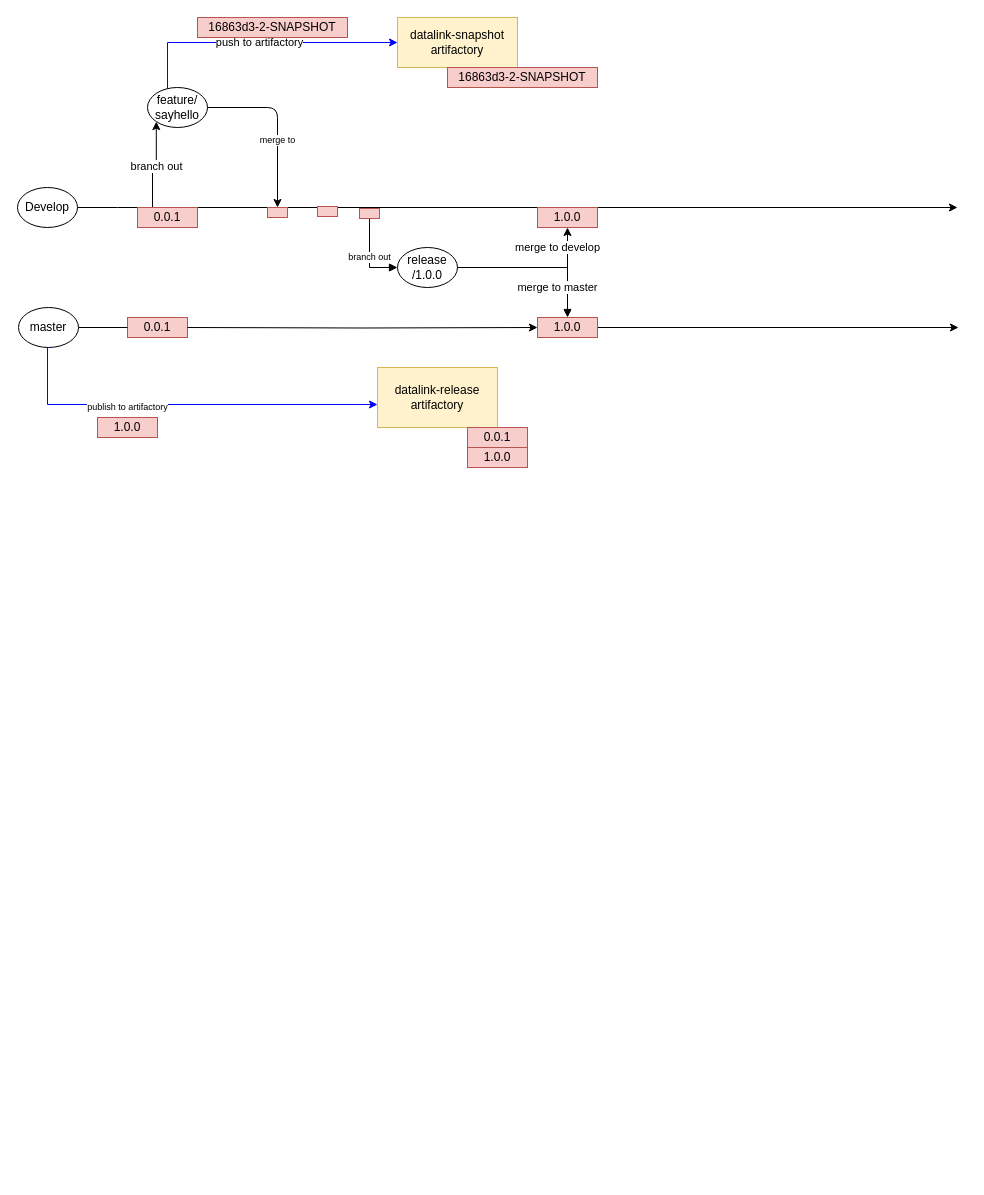
The draw.io diagram SaaS-Test-Bdd-Datalink-Release.drawio in cjjian/Diagram, before the edit. Source tidied: cells renumbered, new cells numbered last; positions are measured from the earlier drawing's top-left corner, leaving out a move shared by most shapes. Both pictures are drawn from the tidied source at 100%, with x=0, y=0 at pixel (17, 17).
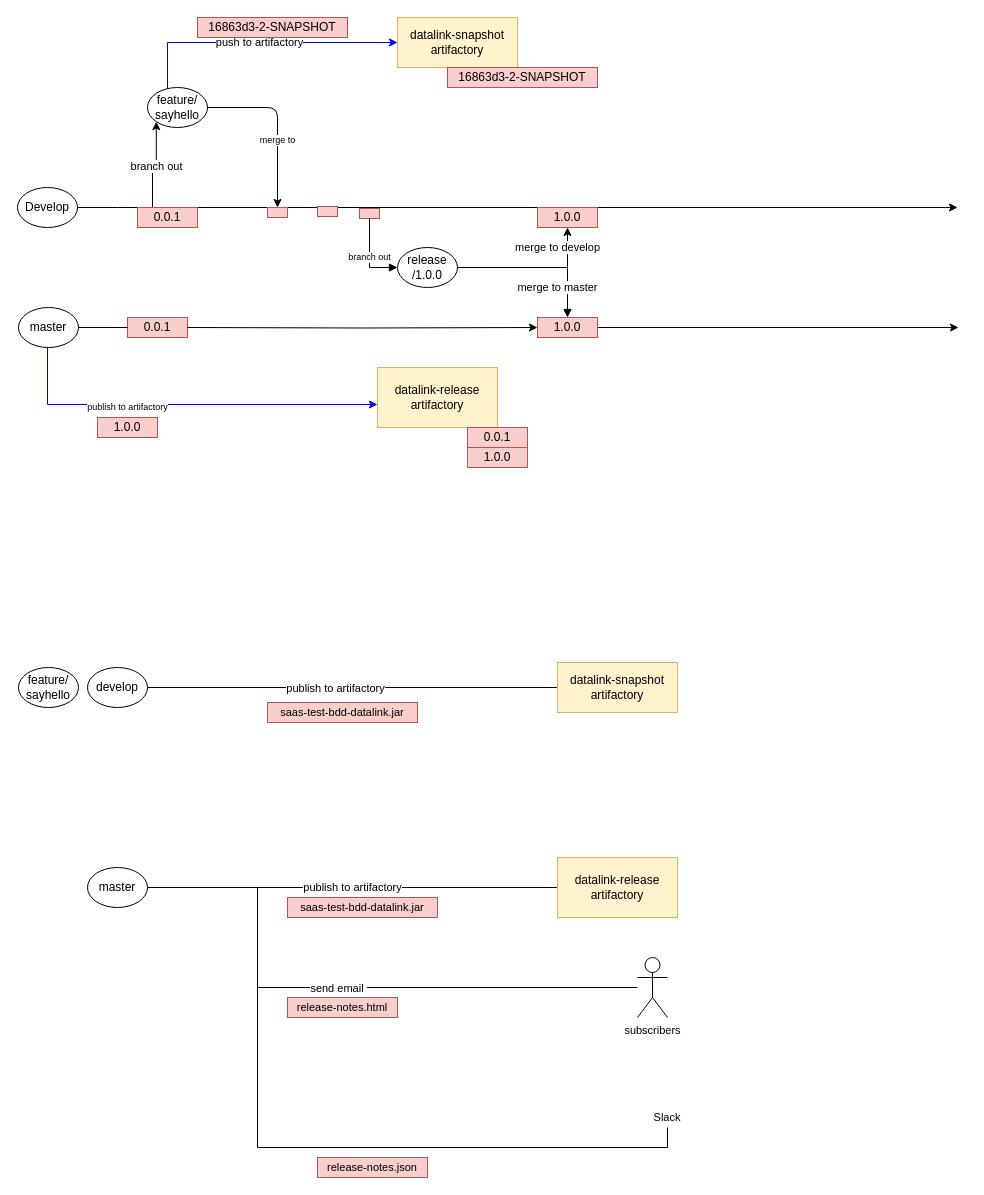
The same diagram, later.

Change to the diagram source:
```diff
@@
+    <mxCell id="34" value="feature/&lt;br&gt;sayhello" style="ellipse;whiteSpace=wrap;html=1;" parent="1" vertex="1">
+      <mxGeometry x="1" y="650" width="60" height="40" as="geometry" />
+    </mxCell>
+    <mxCell id="35" style="edgeStyle=orthogonalEdgeStyle;rounded=0;jettySize=auto;html=1;entryX=0;entryY=0.5;entryDx=0;entryDy=0;endArrow=none;endFill=0;strokeColor=#000000;fontSize=11;" parent="1" edge="1" source="37" target="39">
+      <mxGeometry relative="1" as="geometry" />
+    </mxCell>
+    <mxCell id="36" value="publish to artifactory" style="edgeLabel;html=1;align=center;verticalAlign=middle;fontSize=11;" parent="35" vertex="1">
+      <mxGeometry x="-0.09" relative="1" as="geometry" />
+    </mxCell>
+    <mxCell id="37" value="develop" style="ellipse;whiteSpace=wrap;html=1;" parent="1" vertex="1">
+      <mxGeometry x="70" y="650" width="60" height="40" as="geometry" />
+    </mxCell>
+    <mxCell id="38" value="saas-test-bdd-datalink.jar" style="text;html=1;strokeColor=#b85450;fillColor=#f8cecc;align=center;verticalAlign=middle;whiteSpace=wrap;rounded=0;fontSize=11;" parent="1" vertex="1">
+      <mxGeometry x="250" y="685" width="150" height="20" as="geometry" />
+    </mxCell>
+    <mxCell id="39" value="datalink-snapshot artifactory" style="rounded=0;whiteSpace=wrap;html=1;fillColor=#fff2cc;strokeColor=#d6b656;" parent="1" vertex="1">
+      <mxGeometry x="540" y="645" width="120" height="50" as="geometry" />
+    </mxCell>
+    <mxCell id="40" value="publish to artifactory" style="edgeStyle=orthogonalEdgeStyle;rounded=0;jettySize=auto;html=1;entryX=0;entryY=0.5;entryDx=0;entryDy=0;endArrow=none;endFill=0;strokeColor=#000000;fontSize=11;" parent="1" edge="1" source="44" target="48">
+      <mxGeometry relative="1" as="geometry" />
+    </mxCell>
+    <mxCell id="41" style="edgeStyle=orthogonalEdgeStyle;rounded=0;jettySize=auto;html=1;endArrow=none;endFill=0;strokeColor=#000000;fontSize=11;" parent="1" edge="1" source="44" target="49">
+      <mxGeometry relative="1" as="geometry">
+        <Array as="points">
+          <mxPoint x="240" y="870" />
+          <mxPoint x="240" y="970" />
+        </Array>
+      </mxGeometry>
+    </mxCell>
+    <mxCell id="42" value="send email&amp;nbsp;" style="edgeLabel;html=1;align=center;verticalAlign=middle;fontSize=11;" parent="41" vertex="1">
+      <mxGeometry x="0.65" y="-2" relative="1" as="geometry">
+        <mxPoint x="-197" y="-2" as="offset" />
+      </mxGeometry>
+    </mxCell>
+    <mxCell id="43" style="edgeStyle=orthogonalEdgeStyle;rounded=0;jettySize=auto;html=1;entryX=0.5;entryY=1;entryDx=0;entryDy=0;endArrow=none;endFill=0;strokeColor=#000000;fontSize=11;" parent="1" edge="1" source="44" target="50">
+      <mxGeometry relative="1" as="geometry">
+        <Array as="points">
+          <mxPoint x="240" y="870" />
+          <mxPoint x="240" y="1130" />
+          <mxPoint x="650" y="1130" />
+        </Array>
+      </mxGeometry>
+    </mxCell>
+    <mxCell id="44" value="master" style="ellipse;whiteSpace=wrap;html=1;" parent="1" vertex="1">
+      <mxGeometry x="70" y="850" width="60" height="40" as="geometry" />
+    </mxCell>
+    <mxCell id="45" value="release-notes.json" style="text;html=1;strokeColor=#b85450;fillColor=#f8cecc;align=center;verticalAlign=middle;whiteSpace=wrap;rounded=0;fontSize=11;" parent="1" vertex="1">
+      <mxGeometry x="300" y="1140" width="110" height="20" as="geometry" />
+    </mxCell>
+    <mxCell id="46" value="release-notes.html" style="text;html=1;strokeColor=#b85450;fillColor=#f8cecc;align=center;verticalAlign=middle;whiteSpace=wrap;rounded=0;fontSize=11;" parent="1" vertex="1">
+      <mxGeometry x="270" y="980" width="110" height="20" as="geometry" />
+    </mxCell>
+    <mxCell id="47" value="saas-test-bdd-datalink.jar" style="text;html=1;strokeColor=#b85450;fillColor=#f8cecc;align=center;verticalAlign=middle;whiteSpace=wrap;rounded=0;fontSize=11;" parent="1" vertex="1">
+      <mxGeometry x="270" y="880" width="150" height="20" as="geometry" />
+    </mxCell>
+    <mxCell id="48" value="datalink-release&lt;br&gt;artifactory" style="rounded=0;whiteSpace=wrap;html=1;fillColor=#fff2cc;strokeColor=#d6b656;" parent="1" vertex="1">
+      <mxGeometry x="540" y="840" width="120" height="60" as="geometry" />
+    </mxCell>
+    <mxCell id="49" value="subscribers" style="shape=umlActor;verticalLabelPosition=bottom;verticalAlign=top;html=1;outlineConnect=0;fontSize=11;" parent="1" vertex="1">
+      <mxGeometry x="620" y="940" width="30" height="60" as="geometry" />
+    </mxCell>
+    <mxCell id="50" value="Slack" style="text;html=1;strokeColor=none;fillColor=none;align=center;verticalAlign=middle;whiteSpace=wrap;rounded=0;fontSize=11;" parent="1" vertex="1">
+      <mxGeometry x="630" y="1090" width="40" height="20" as="geometry" />
+    </mxCell>
```
